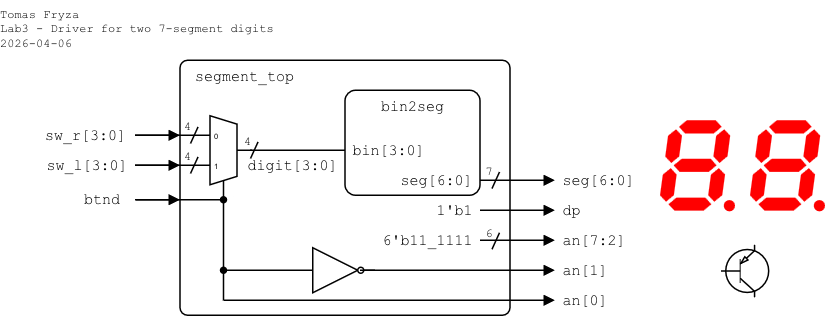
tomas-fryza/verilog-examples keeps this draw.io diagram as lab3-segment/images/top-level_2-digit.png. Above is the earlier version. Source tidied: cells renumbered, new cells last; positions are measured from the earlier drawing's top-left corner, leaving out a move shared by most shapes.
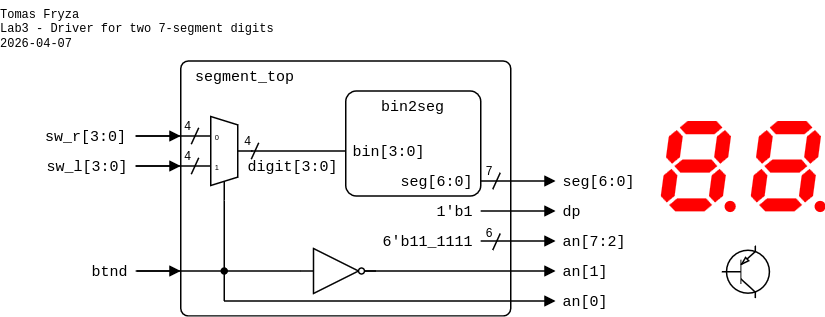
The same file after the commit.

Change to the diagram source:
```diff
@@ -67,20 +67,20 @@
     </mxCell>
     <mxCell id="17" style="endArrow=block;html=1;rounded=0;endFill=1;endSize=5;startSize=5;" parent="1" edge="1">
       <mxGeometry relative="1" as="geometry">
-        <mxPoint x="91" y="133" as="sourcePoint" />
-        <mxPoint x="120" y="133" as="targetPoint" />
+        <mxPoint x="91" y="180" as="sourcePoint" />
+        <mxPoint x="120" y="180" as="targetPoint" />
       </mxGeometry>
     </mxCell>
-    <mxCell id="18" value="btnd" style="text;html=1;align=right;verticalAlign=middle;whiteSpace=wrap;rounded=0;fontFamily=Courier New;fontSize=10;fillOpacity=100;spacing=0;spacingLeft=0;spacingRight=10;" parent="1" vertex="1">
-      <mxGeometry x="55" y="123" width="35" height="20" as="geometry" />
+    <mxCell id="18" value="btnd" style="text;html=1;align=right;verticalAlign=middle;whiteSpace=wrap;rounded=0;fontFamily=Courier New;fontSize=10;fillOpacity=100;spacing=0;spacingLeft=0;spacingRight=5;" parent="1" vertex="1">
+      <mxGeometry x="55" y="170" width="35" height="20" as="geometry" />
     </mxCell>
     <mxCell id="19" style="endArrow=none;html=1;rounded=0;endFill=0;endSize=5;startSize=5;" parent="1" edge="1">
       <mxGeometry relative="1" as="geometry">
-        <mxPoint x="90" y="133" as="sourcePoint" />
-        <mxPoint x="149" y="133" as="targetPoint" />
+        <mxPoint x="90" y="180" as="sourcePoint" />
+        <mxPoint x="149" y="180" as="targetPoint" />
       </mxGeometry>
     </mxCell>
-    <mxCell id="20" style="endArrow=none;html=1;rounded=0;startArrow=oval;startFill=1;endSize=4;startSize=4;" parent="1" edge="1">
+    <mxCell id="20" style="endArrow=none;html=1;rounded=0;startArrow=none;startFill=0;endSize=4;startSize=4;" parent="1" edge="1">
       <mxGeometry relative="1" as="geometry">
         <mxPoint x="149" y="133" as="sourcePoint" />
         <mxPoint x="149" y="180" as="targetPoint" />
@@ -94,7 +94,7 @@
     </mxCell>
     <mxCell id="23" style="endArrow=block;html=1;rounded=0;endFill=1;orthogonal=1;endSize=5;startSize=5;" parent="1" edge="1">
       <mxGeometry relative="1" as="geometry">
-        <mxPoint x="240" y="180" as="sourcePoint" />
+        <mxPoint x="243" y="180" as="sourcePoint" />
         <mxPoint x="370" y="180" as="targetPoint" />
       </mxGeometry>
     </mxCell>
@@ -197,7 +197,7 @@
         <mxPoint x="167" y="105.5" as="targetPoint" />
       </mxGeometry>
     </mxCell>
-    <mxCell id="47" value="&lt;div&gt;Tomas Fryza&lt;/div&gt;&lt;div&gt;Lab3 - Driver for two 7-segment digits&lt;/div&gt;&lt;div&gt;2026-04-06&lt;/div&gt;" style="text;html=1;align=left;verticalAlign=top;whiteSpace=wrap;rounded=0;fontFamily=Courier New;fontSize=8;fillOpacity=100;spacing=0;spacingLeft=0;" parent="1" vertex="1">
+    <mxCell id="47" value="&lt;div&gt;Tomas Fryza&lt;/div&gt;&lt;div&gt;Lab3 - Driver for two 7-segment digits&lt;/div&gt;&lt;div&gt;2026-04-07&lt;/div&gt;" style="text;html=1;align=left;verticalAlign=top;whiteSpace=wrap;rounded=0;fontFamily=Courier New;fontSize=8;fillOpacity=100;spacing=0;spacingLeft=0;" parent="1" vertex="1">
       <mxGeometry width="200" height="40" as="geometry" />
     </mxCell>
     <mxCell id="48" style="rounded=0;whiteSpace=wrap;html=1;strokeColor=light-dark(#FFFFFF,#EDEDED);" parent="1" vertex="1">
```
